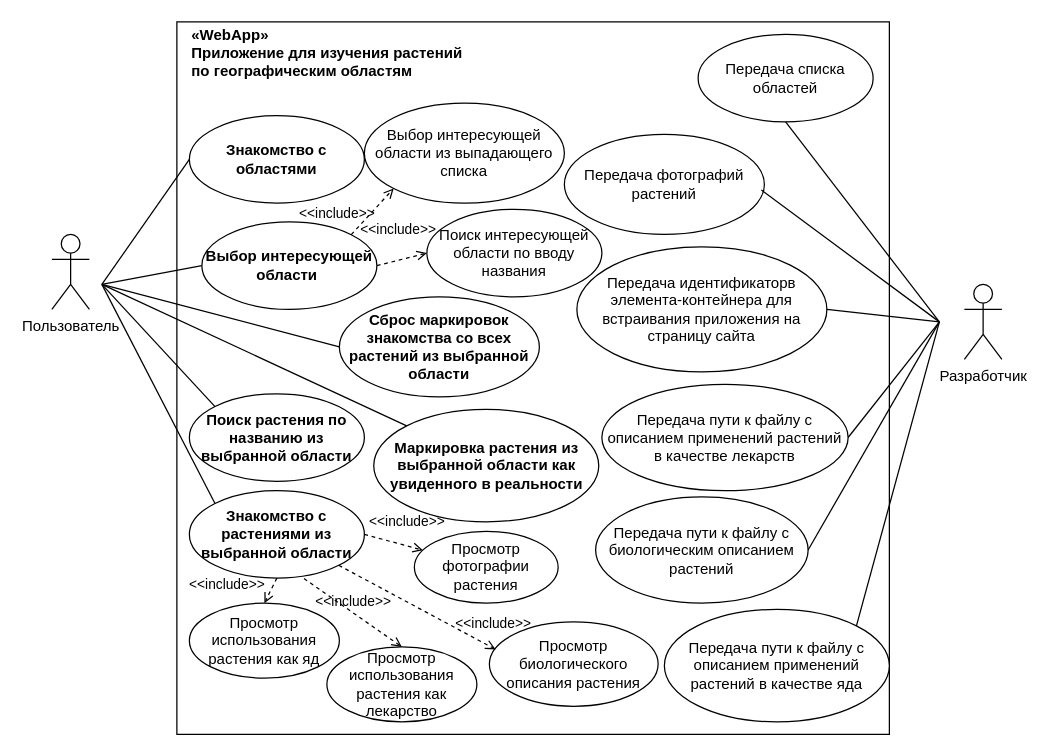
The draw.io diagram ЛаптеваАнна.drawio in LaptAAA/JS2023, before the edit. Source tidied: cells renumbered, new cells numbered last; positions are measured from the earlier drawing's top-left corner, leaving out a move shared by most shapes. Both pictures are drawn from the tidied source at 125%, with x=0, y=0 at pixel (51, 21).
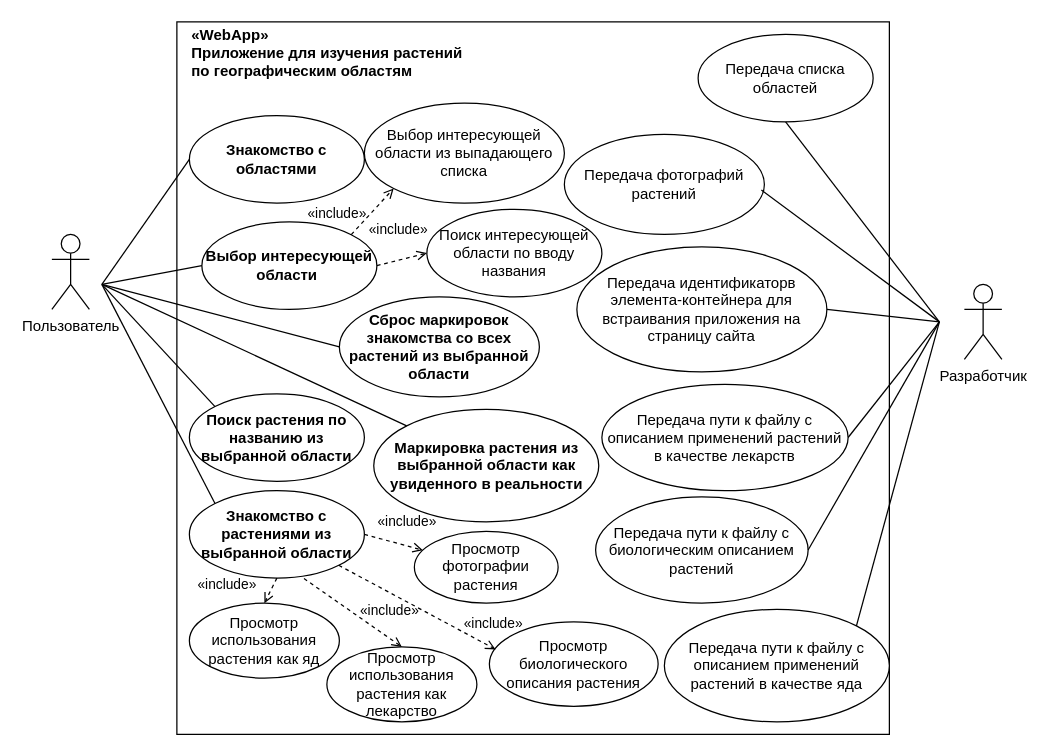
Above is the later version.

Unchanged cells that the change refers to:
```xml
<mxCell id="6" value="&lt;b style=&quot;border-color: var(--border-color);&quot;&gt;Выбор интересующей области&lt;/b&gt;&amp;nbsp;" style="ellipse;whiteSpace=wrap;html=1;" parent="1" vertex="1">
  <mxGeometry x="120" y="160" width="140" height="70" as="geometry" />
</mxCell>
<mxCell id="7" value="Поиск интересующей области по вводу названия" style="ellipse;whiteSpace=wrap;html=1;" parent="1" vertex="1">
  <mxGeometry x="300" y="150" width="140" height="70" as="geometry" />
</mxCell>
<mxCell id="8" value="Выбор интересующей области из выпадающего списка" style="ellipse;whiteSpace=wrap;html=1;" parent="1" vertex="1">
  <mxGeometry x="250" y="65" width="160" height="80" as="geometry" />
</mxCell>
<mxCell id="9" value="&lt;b style=&quot;border-color: var(--border-color);&quot;&gt;Знакомство с растениями из выбранной области&lt;/b&gt;" style="ellipse;whiteSpace=wrap;html=1;" parent="1" vertex="1">
  <mxGeometry x="110" y="375" width="140" height="70" as="geometry" />
</mxCell>
<mxCell id="32" value="Просмотр фотографии растения" style="ellipse;whiteSpace=wrap;html=1;" parent="1" vertex="1">
  <mxGeometry x="290" y="407.5" width="115" height="57.5" as="geometry" />
</mxCell>
<mxCell id="33" value="Просмотр биологического описания растения" style="ellipse;whiteSpace=wrap;html=1;" parent="1" vertex="1">
  <mxGeometry x="350" y="480" width="135" height="67.5" as="geometry" />
</mxCell>
<mxCell id="34" value="Просмотр использования растения как лекарство" style="ellipse;whiteSpace=wrap;html=1;" parent="1" vertex="1">
  <mxGeometry x="220" y="500" width="120" height="60" as="geometry" />
</mxCell>
<mxCell id="35" value="Просмотр использования растения как яд" style="ellipse;whiteSpace=wrap;html=1;" parent="1" vertex="1">
  <mxGeometry x="110" y="465" width="120" height="60" as="geometry" />
</mxCell>
```

Diff of the diagram source:
```diff
@@
-    <mxCell id="36" value="&amp;lt;&amp;lt;include&amp;gt;&amp;gt;" style="edgeStyle=none;html=1;endArrow=open;verticalAlign=bottom;dashed=1;labelBackgroundColor=none;rounded=0;entryX=0;entryY=1;entryDx=0;entryDy=0;exitX=1;exitY=0;exitDx=0;exitDy=0;" parent="1" edge="1" source="6" target="8">
+    <mxCell id="36" value="«include»" style="edgeStyle=none;html=1;endArrow=open;verticalAlign=bottom;dashed=1;labelBackgroundColor=none;rounded=0;entryX=0;entryY=1;entryDx=0;entryDy=0;exitX=1;exitY=0;exitDx=0;exitDy=0;" parent="1" edge="1" source="6" target="8">
       <mxGeometry x="-1" y="14" relative="1" as="geometry">
         <mxPoint x="-1" y="1" as="offset" />
       </mxGeometry>
     </mxCell>
-    <mxCell id="37" value="&amp;lt;&amp;lt;include&amp;gt;&amp;gt;" style="edgeStyle=none;html=1;endArrow=open;verticalAlign=bottom;dashed=1;labelBackgroundColor=none;rounded=0;entryX=0;entryY=0.5;entryDx=0;entryDy=0;exitX=1;exitY=0.5;exitDx=0;exitDy=0;" parent="1" edge="1" source="6" target="7">
+    <mxCell id="37" value="«include»" style="edgeStyle=none;html=1;endArrow=open;verticalAlign=bottom;dashed=1;labelBackgroundColor=none;rounded=0;entryX=0;entryY=0.5;entryDx=0;entryDy=0;exitX=1;exitY=0.5;exitDx=0;exitDy=0;" parent="1" edge="1" source="6" target="7">
       <mxGeometry y="15" relative="1" as="geometry" />
     </mxCell>
-    <mxCell id="38" value="&amp;lt;&amp;lt;include&amp;gt;&amp;gt;" style="edgeStyle=none;html=1;endArrow=open;verticalAlign=bottom;dashed=1;labelBackgroundColor=none;rounded=0;exitX=1;exitY=0.5;exitDx=0;exitDy=0;" parent="1" edge="1" source="9" target="32">
+    <mxCell id="38" value="«include»" style="edgeStyle=none;html=1;endArrow=open;verticalAlign=bottom;dashed=1;labelBackgroundColor=none;rounded=0;exitX=1;exitY=0.5;exitDx=0;exitDy=0;" parent="1" edge="1" source="9" target="32">
       <mxGeometry x="0.34" y="10" relative="1" as="geometry" />
     </mxCell>
-    <mxCell id="39" value="&amp;lt;&amp;lt;include&amp;gt;&amp;gt;" style="edgeStyle=none;html=1;endArrow=open;verticalAlign=bottom;dashed=1;labelBackgroundColor=none;rounded=0;exitX=1;exitY=1;exitDx=0;exitDy=0;entryX=0.037;entryY=0.326;entryDx=0;entryDy=0;entryPerimeter=0;" parent="1" edge="1" source="9" target="33">
+    <mxCell id="39" value="«include»" style="edgeStyle=none;html=1;endArrow=open;verticalAlign=bottom;dashed=1;labelBackgroundColor=none;rounded=0;exitX=1;exitY=1;exitDx=0;exitDy=0;entryX=0.037;entryY=0.326;entryDx=0;entryDy=0;entryPerimeter=0;" parent="1" edge="1" source="9" target="33">
       <mxGeometry x="0.89" y="9" relative="1" as="geometry">
         <mxPoint y="-1" as="offset" />
       </mxGeometry>
     </mxCell>
-    <mxCell id="40" value="&amp;lt;&amp;lt;include&amp;gt;&amp;gt;" style="edgeStyle=none;html=1;endArrow=open;verticalAlign=bottom;dashed=1;labelBackgroundColor=none;rounded=0;exitX=0.655;exitY=1.005;exitDx=0;exitDy=0;exitPerimeter=0;entryX=0.5;entryY=0;entryDx=0;entryDy=0;" parent="1" edge="1" source="9" target="34">
-      <mxGeometry relative="1" as="geometry" />
+    <mxCell id="40" value="«include»" style="edgeStyle=none;html=1;endArrow=open;verticalAlign=bottom;dashed=1;labelBackgroundColor=none;rounded=0;exitX=0.655;exitY=1.005;exitDx=0;exitDy=0;exitPerimeter=0;entryX=0.5;entryY=0;entryDx=0;entryDy=0;" parent="1" edge="1" source="9" target="34">
+      <mxGeometry x="0.59" y="11" relative="1" as="geometry" />
     </mxCell>
-    <mxCell id="41" value="&amp;lt;&amp;lt;include&amp;gt;&amp;gt;" style="edgeStyle=none;html=1;endArrow=open;verticalAlign=bottom;dashed=1;labelBackgroundColor=none;rounded=0;exitX=0.5;exitY=1;exitDx=0;exitDy=0;entryX=0.5;entryY=0;entryDx=0;entryDy=0;" parent="1" edge="1" source="9" target="35">
+    <mxCell id="41" value="«include»" style="edgeStyle=none;html=1;endArrow=open;verticalAlign=bottom;dashed=1;labelBackgroundColor=none;rounded=0;exitX=0.5;exitY=1;exitDx=0;exitDy=0;entryX=0.5;entryY=0;entryDx=0;entryDy=0;" parent="1" edge="1" source="9" target="35">
       <mxGeometry x="1" y="-30" relative="1" as="geometry">
         <mxPoint x="-3" y="8" as="offset" />
       </mxGeometry>
     </mxCell>
```
